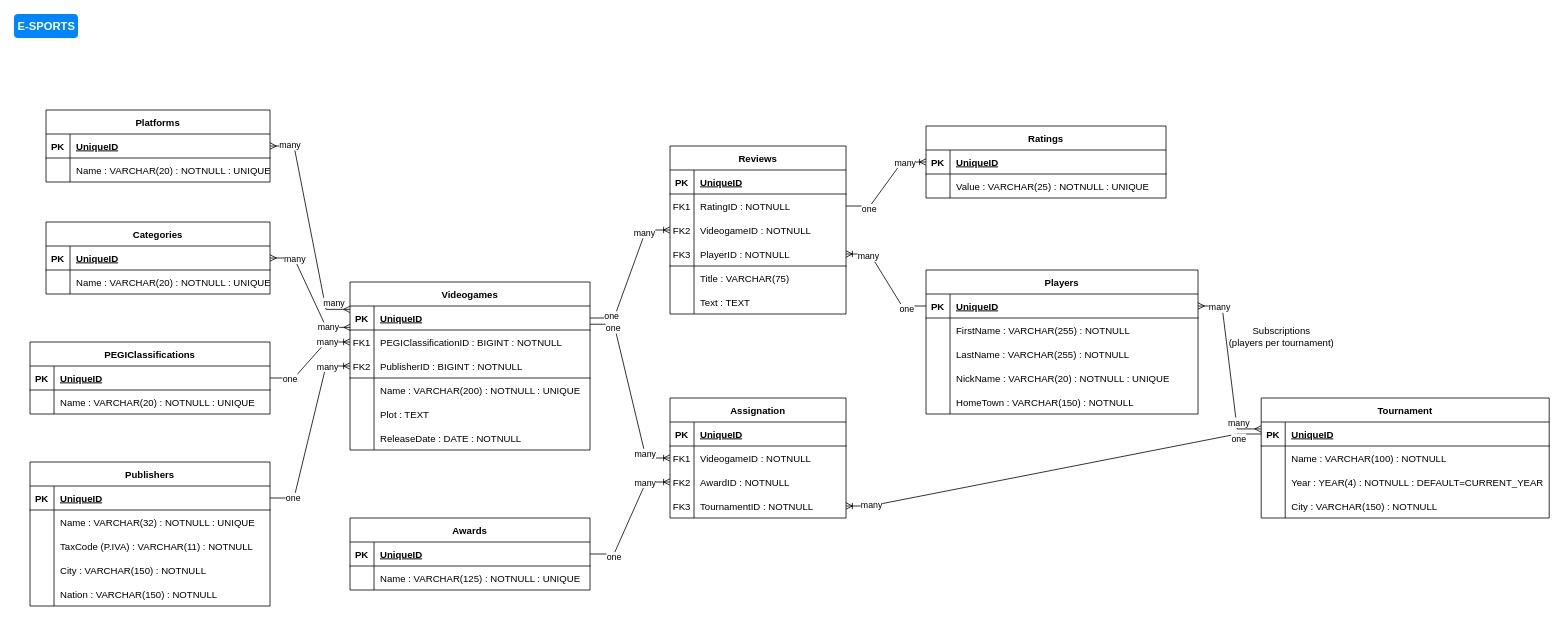
Earlier version of the draw.io diagram db-videogames.drawio (FrancescoLimpias/db-videogames). Source tidied: cells renumbered, new cells numbered last; positions are measured from the earlier drawing's top-left corner, leaving out a move shared by most shapes. Both pictures are drawn from the tidied source at 80%, with x=0, y=0 at pixel (14, 14).
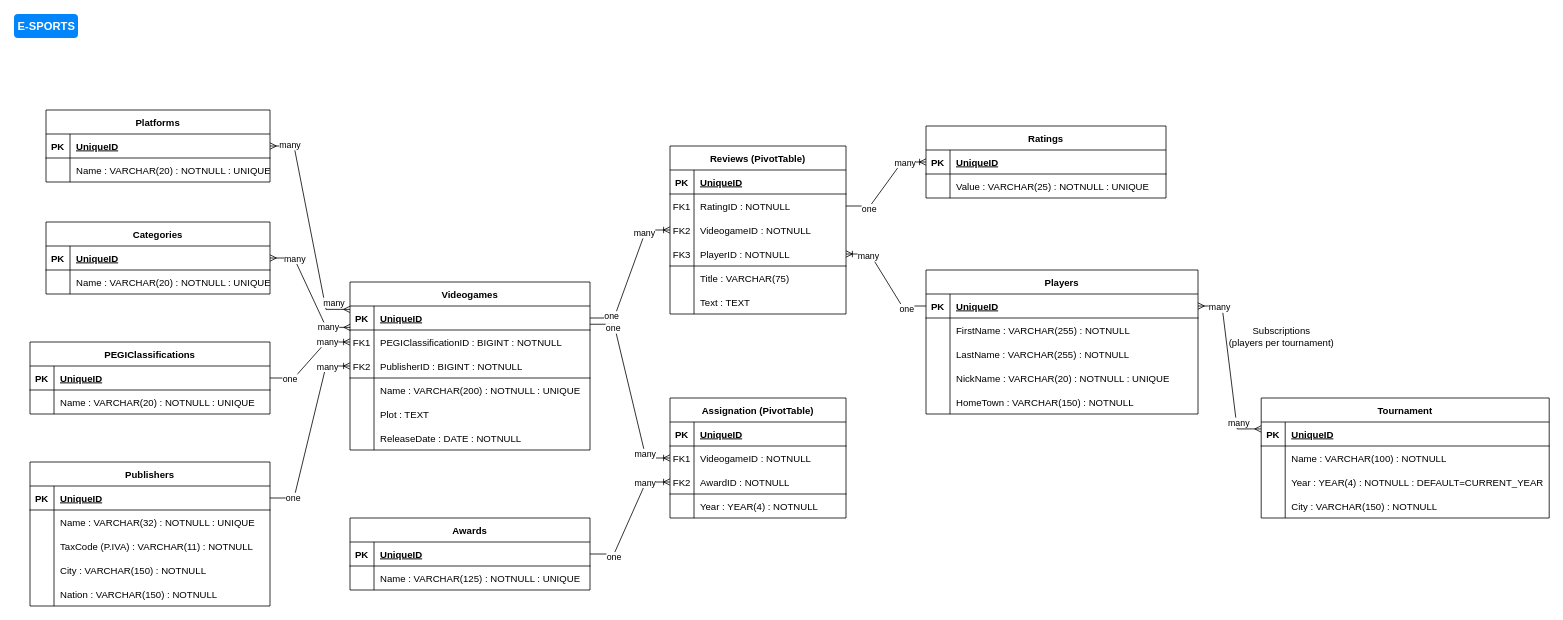
The same diagram, later.

The change refers to these unchanged cells:
```xml
<mxCell id="60" style="shape=tableRow;horizontal=0;startSize=0;swimlaneHead=0;swimlaneBody=0;fillColor=none;points=[[0,0.5],[1,0.5]];portConstraint=eastwest;top=0;left=0;right=0;bottom=1;" parent="59" vertex="1">
  <mxGeometry y="30" width="360" height="30" as="geometry" />
</mxCell>
<mxCell id="124" style="shape=tableRow;horizontal=0;startSize=0;swimlaneHead=0;swimlaneBody=0;fillColor=none;points=[[0,0.5],[1,0.5]];portConstraint=eastwest;top=0;left=0;right=0;bottom=0;" parent="114" vertex="1">
  <mxGeometry y="120" width="220" height="30" as="geometry" />
</mxCell>
```

The edit, as a diff of the source:
```diff
@@
-    <mxCell id="88" value="Reviews" style="shape=table;startSize=30;childLayout=tableLayout;rowLines=0;fontStyle=1;align=center;" parent="1" vertex="1">
+    <mxCell id="88" value="Reviews (PivotTable)" style="shape=table;startSize=30;childLayout=tableLayout;rowLines=0;fontStyle=1;align=center;" parent="1" vertex="1">
       <mxGeometry x="820" y="165" width="220" height="210" as="geometry" />
     </mxCell>
@@
-    <mxCell id="114" value="Assignation" style="shape=table;startSize=30;childLayout=tableLayout;rowLines=0;fontStyle=1;align=center;" parent="1" vertex="1">
+    <mxCell id="114" value="Assignation (PivotTable)" style="shape=table;startSize=30;childLayout=tableLayout;rowLines=0;fontStyle=1;align=center;" parent="1" vertex="1">
       <mxGeometry x="820" y="480" width="220" height="150" as="geometry" />
     </mxCell>
@@
-    <mxCell id="121" style="shape=tableRow;horizontal=0;startSize=0;swimlaneHead=0;swimlaneBody=0;fillColor=none;points=[[0,0.5],[1,0.5]];portConstraint=eastwest;top=0;left=0;right=0;bottom=0;" parent="114" vertex="1">
+    <mxCell id="121" style="shape=tableRow;horizontal=0;startSize=0;swimlaneHead=0;swimlaneBody=0;fillColor=none;points=[[0,0.5],[1,0.5]];portConstraint=eastwest;top=0;left=0;right=0;bottom=1;" parent="114" vertex="1">
       <mxGeometry y="90" width="220" height="30" as="geometry" />
     </mxCell>
@@
-    <mxCell id="125" value="FK3" style="shape=partialRectangle;fillColor=none;top=0;left=0;bottom=0;right=0;overflow=hidden;" parent="124" vertex="1">
+    <mxCell id="125" style="shape=partialRectangle;fillColor=none;top=0;left=0;bottom=0;right=0;overflow=hidden;" parent="124" vertex="1">
       <mxGeometry width="30" height="30" as="geometry" />
     </mxCell>
-    <mxCell id="126" value="TournamentID : NOTNULL" style="shape=partialRectangle;fillColor=none;top=0;left=0;bottom=0;right=0;align=left;spacingLeft=6;overflow=hidden;" parent="124" vertex="1">
+    <mxCell id="126" value="Year : YEAR(4) : NOTNULL" style="shape=partialRectangle;fillColor=none;top=0;left=0;bottom=0;right=0;align=left;spacingLeft=6;overflow=hidden;" parent="124" vertex="1">
       <mxGeometry x="30" width="190" height="30" as="geometry" />
     </mxCell>
@@
-    <mxCell id="165" style="edgeStyle=entityRelationEdgeStyle;fontSize=12;html=1;endArrow=ERoneToMany;rounded=0;entryX=1;entryY=0.5;entryDx=0;entryDy=0;exitX=0;exitY=0.5;exitDx=0;exitDy=0;" parent="1" edge="1" source="60" target="124">
-      <mxGeometry relative="1" as="geometry" />
-    </mxCell>
-    <mxCell id="166" value="many" style="edgeLabel;html=1;align=center;verticalAlign=middle;" parent="165" vertex="1">
-      <mxGeometry x="0.88" y="-1" relative="1" as="geometry" />
-    </mxCell>
-    <mxCell id="167" value="one" style="edgeLabel;html=1;align=center;verticalAlign=middle;" parent="165" vertex="1">
-      <mxGeometry x="-0.89" y="1" relative="1" as="geometry">
-        <mxPoint y="4" as="offset" />
-      </mxGeometry>
-    </mxCell>
```
